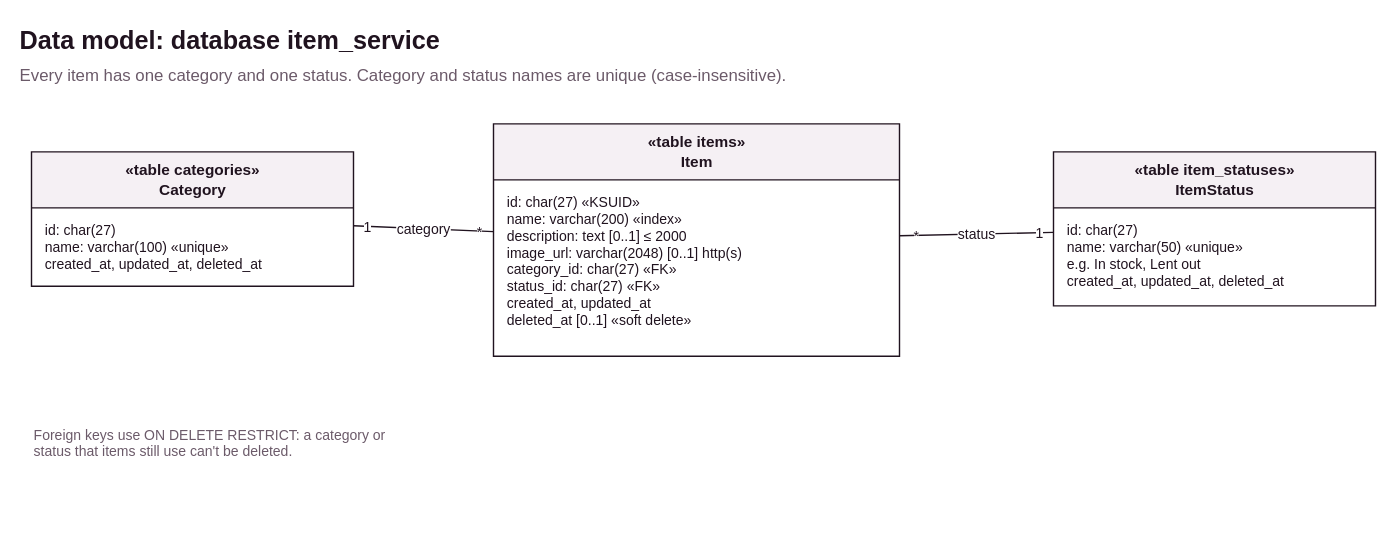
Before: services/item-service/docs/data-model.svg, a diagram exported from draw.io (jochem11/inventory-manager). Source tidied: cells renumbered, new cells last; positions are measured from the earlier drawing's top-left corner, leaving out a move shared by most shapes.
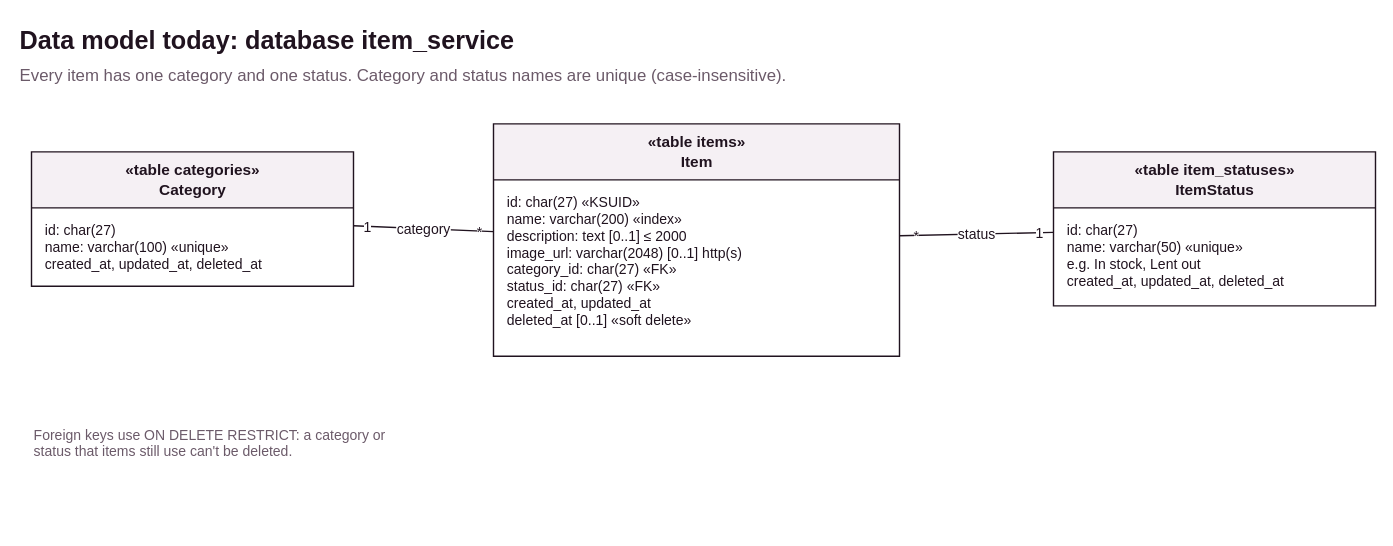
Above is the later version.

The edit, as a diff of the source:
```diff
@@ -26,8 +26,8 @@
     <mxCell id="9" value="status" style="html=1;rounded=0;endArrow=none;fontSize=10;strokeColor=#20131f;fontColor=#20131f;labelBackgroundColor=#ffffff;fontFamily=Helvetica;" parent="1" edge="1" source="4" target="2">
       <mxGeometry relative="1" as="geometry" />
     </mxCell>
-    <mxCell id="10" value="&lt;b&gt;Data model: database item_service&lt;/b&gt;" style="text;html=1;whiteSpace=wrap;align=left;verticalAlign=top;fontSize=18;fontColor=#20131f;fontFamily=Helvetica;" parent="1" vertex="1">
-      <mxGeometry width="379" height="26" as="geometry" />
+    <mxCell id="10" value="&lt;b&gt;Data model today: database item_service&lt;/b&gt;" style="text;html=1;whiteSpace=wrap;align=left;verticalAlign=top;fontSize=18;fontColor=#20131f;fontFamily=Helvetica;" parent="1" vertex="1">
+      <mxGeometry width="444" height="26" as="geometry" />
     </mxCell>
     <mxCell id="11" value="Every item has one category and one status. Category and status names are unique (case-insensitive)." style="text;html=1;whiteSpace=wrap;align=left;verticalAlign=top;fontSize=12;fontColor=#6b5a69;fontFamily=Helvetica;" parent="1" vertex="1">
       <mxGeometry y="28" width="712" height="20" as="geometry" />
```
